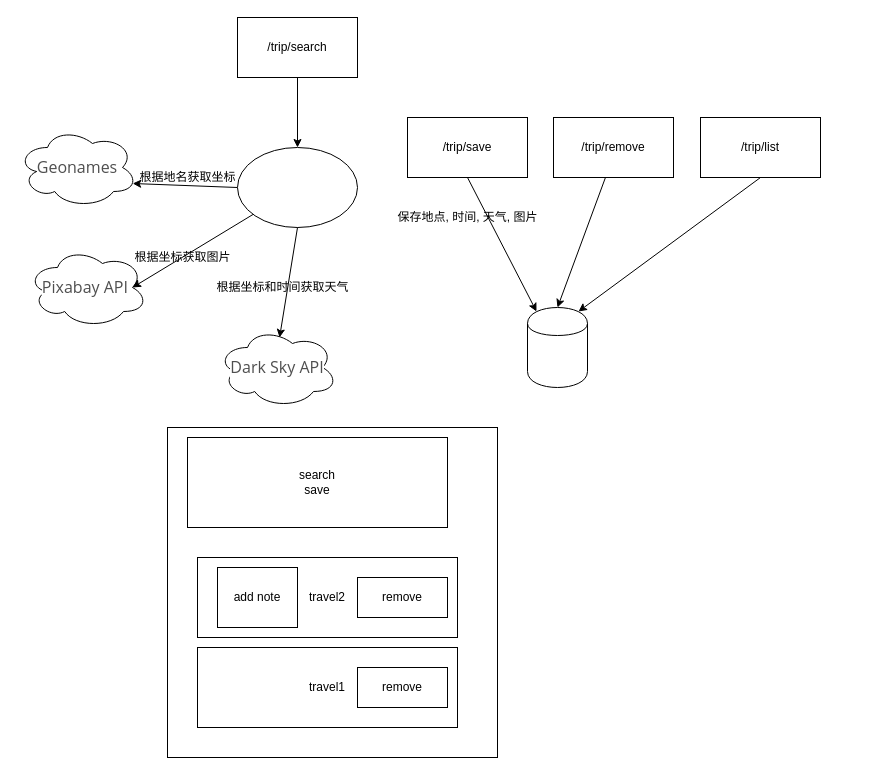
Before: projects/capstone-weather-journal-app/交互图.drawio in miniyk2012/fend, a draw.io diagram. Source tidied: cells renumbered, new cells numbered last; positions are measured from the earlier drawing's top-left corner, leaving out a move shared by most shapes. Both pictures are drawn from the tidied source at 100%, with x=0, y=0 at pixel (17, 17).
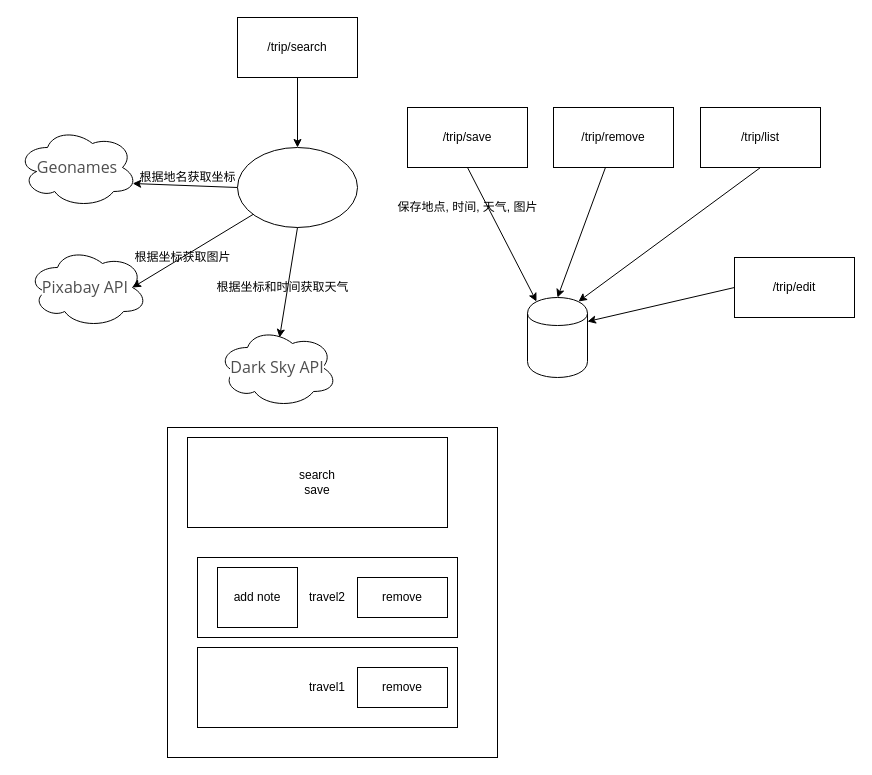
The same page after the edit.

Unchanged cells that the change refers to:
```xml
<mxCell id="6" style="shape=cylinder;whiteSpace=wrap;html=1;boundedLbl=1;backgroundOutline=1;" parent="3" vertex="1">
  <mxGeometry x="140" y="190" width="60" height="80" as="geometry" />
</mxCell>
```

Diff of the diagram source:
```diff
@@
     <mxCell id="3" style="group;" parent="1" vertex="1">
-      <mxGeometry x="370" y="100" width="433" height="270" as="geometry" />
+      <mxGeometry x="370" y="90" width="467" height="270" as="geometry" />
     </mxCell>
@@
+    <mxCell id="31" value="/trip/edit" style="rounded=0;whiteSpace=wrap;html=1;" parent="3" vertex="1">
+      <mxGeometry x="347" y="150" width="120" height="60" as="geometry" />
+    </mxCell>
+    <mxCell id="32" style="endArrow=classic;html=1;entryX=1;entryY=0.3;entryDx=0;entryDy=0;exitX=0;exitY=0.5;exitDx=0;exitDy=0;" parent="3" edge="1" source="31" target="6">
+      <mxGeometry relative="1" as="geometry" />
+    </mxCell>
```
